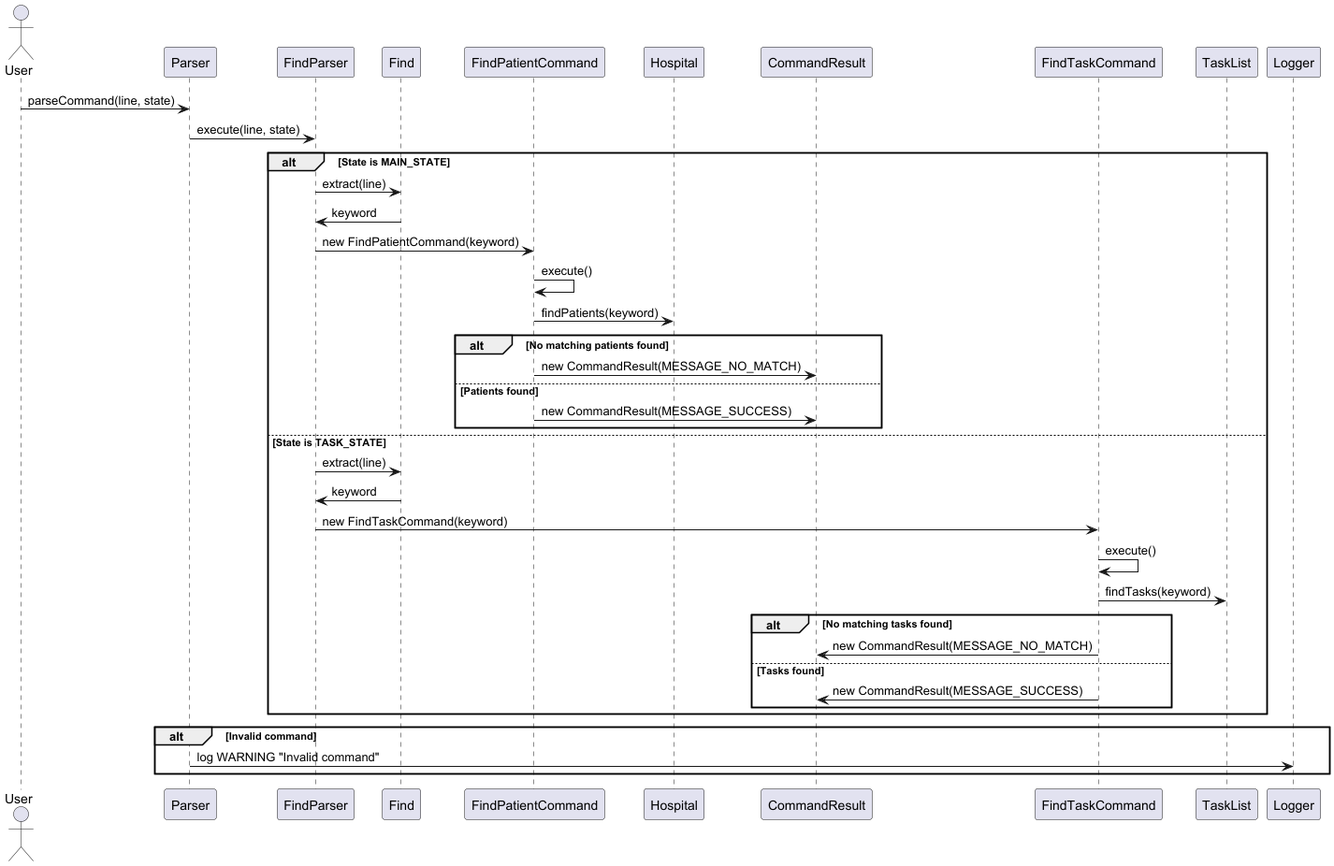
The PlantUML diagram docs/images/FindSequenceDiagram.png in nus-cs2113-AY2425S1/tp, before a commit.
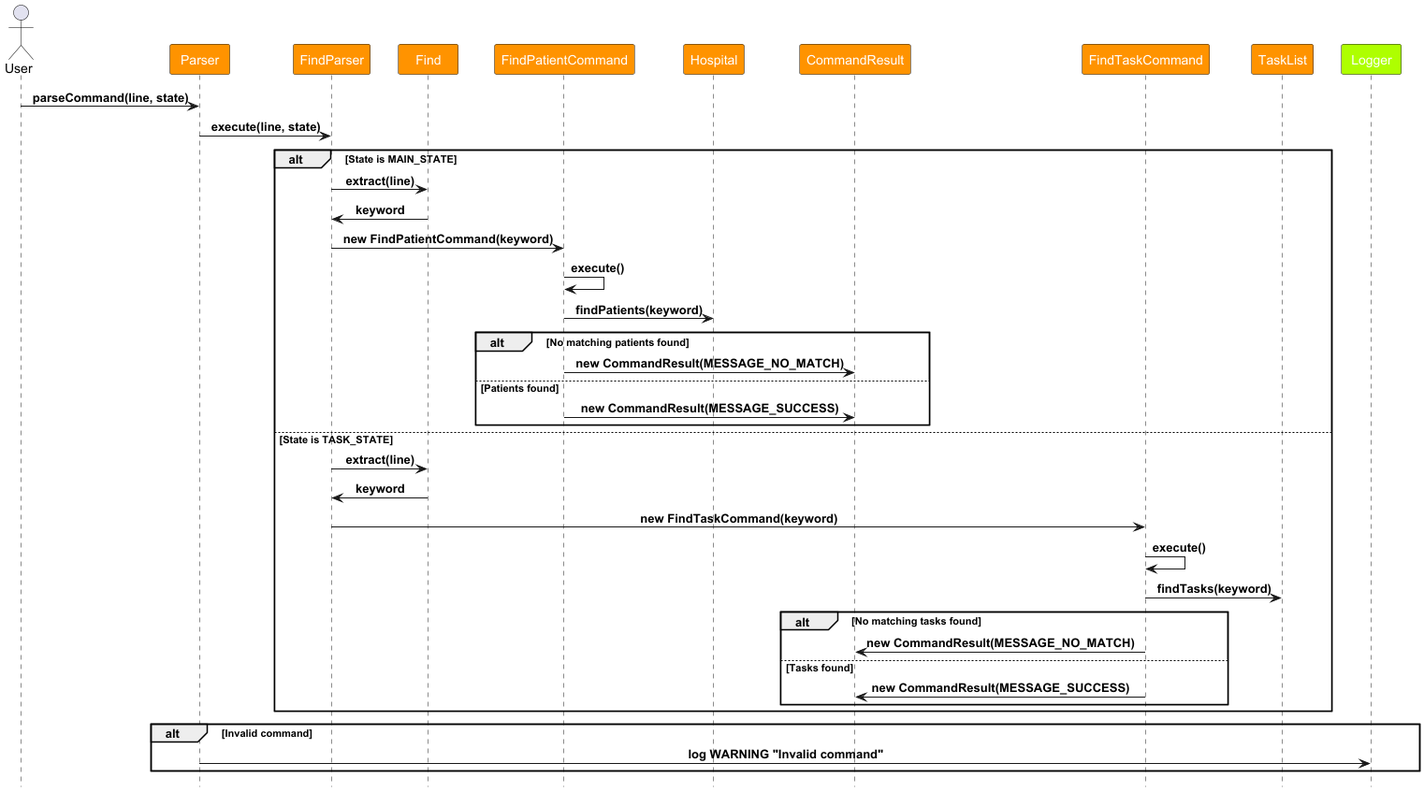
The same diagram one commit later.

Commit message:
Save images of the edited class and sequence diagrams

The edit, as a diff of the source:
```diff
@@ -1,6 +1,18 @@
 @startuml
 
+!include style.puml
+skinparam ArrowFormatStyle plain
+
 actor User
+participant Parser PARSER_COLOR
+participant FindParser PARSER_COLOR
+participant Find PARSER_COLOR
+participant FindPatientCommand PARSER_COLOR
+participant Hospital PARSER_COLOR
+participant CommandResult PARSER_COLOR
+participant FindTaskCommand PARSER_COLOR
+participant TaskList PARSER_COLOR
+participant Logger LOGGER_COLOR
 
 User -> Parser : parseCommand(line, state)
 Parser -> FindParser : execute(line, state)
```
